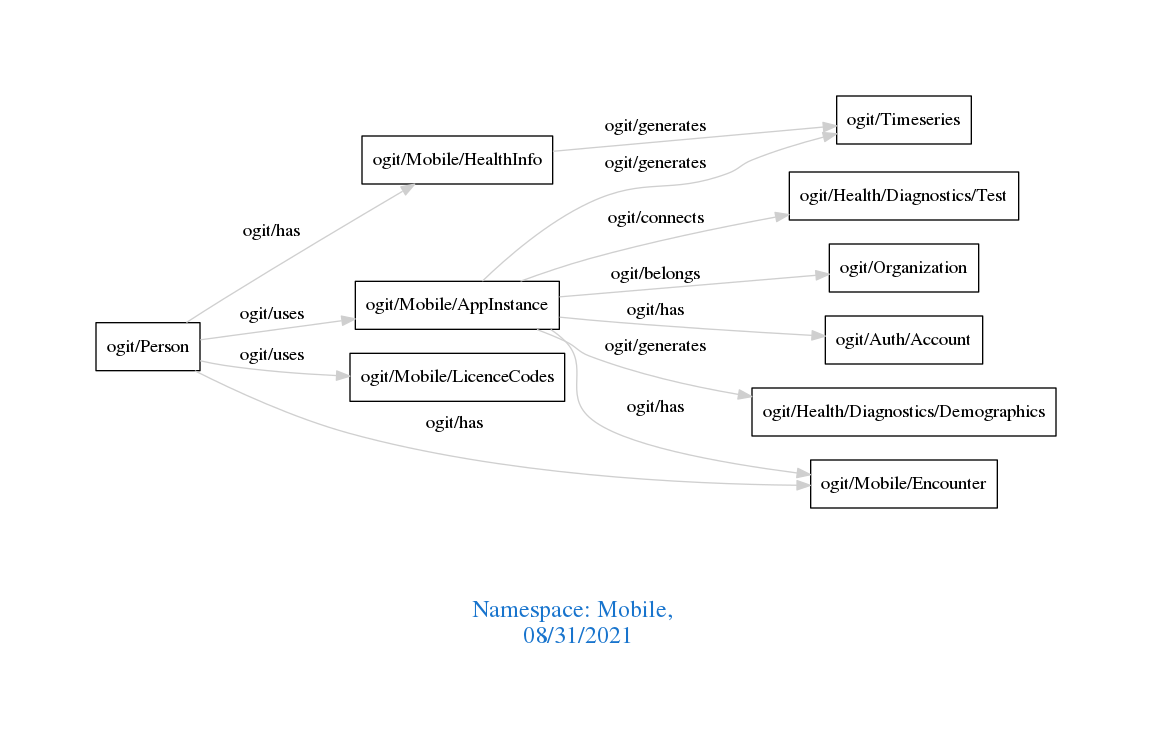
arago/OGIT keeps this Graphviz diagram as downloads/Mobile.png. Above is the earlier version. Its source is kept beside it as downloads/Mobile.dot.
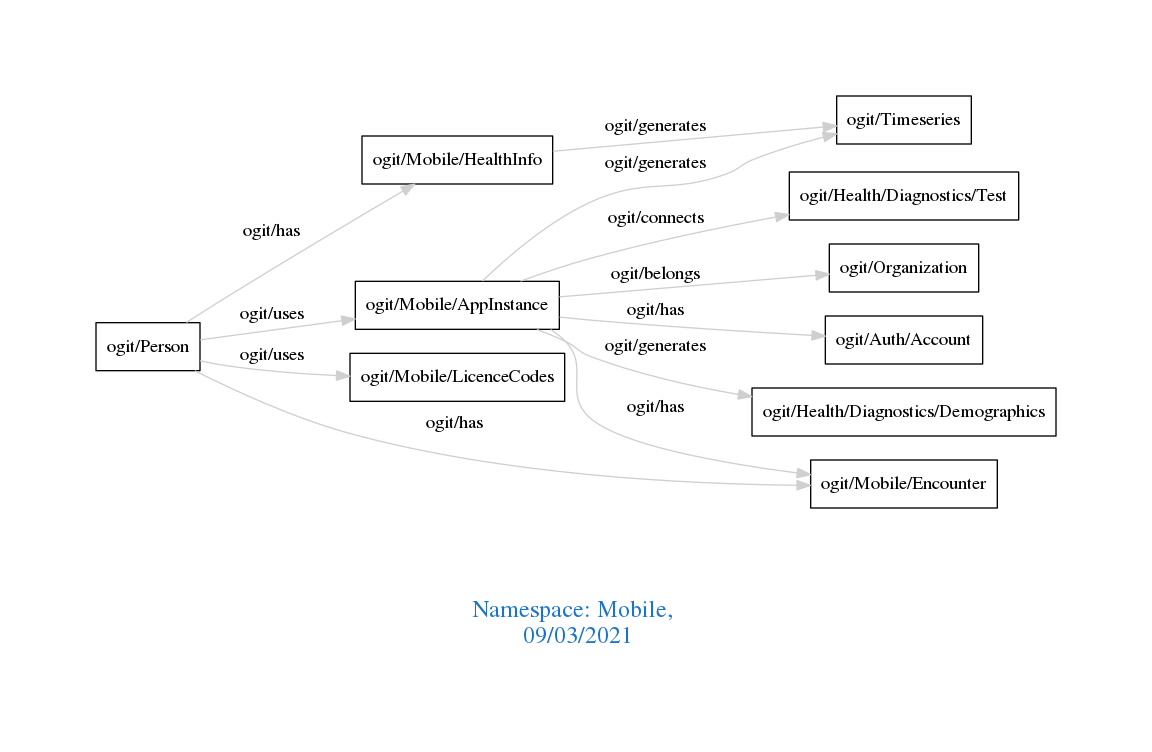
The same diagram one commit later.

Diff of the diagram source:
```diff
@@ -1,7 +1,7 @@
 digraph OGIT_ontology {
  graph [ rankdir= LR,pad=1
 fontsize = 18,
-fontcolor= dodgerblue3,label = "\n\n\nNamespace: Mobile, \n 08/31/2021"];
+fontcolor= dodgerblue3,label = "\n\n\nNamespace: Mobile, \n 09/03/2021"];
 node[shape=polygon];
 edge [  color="gray81"];
 
```
